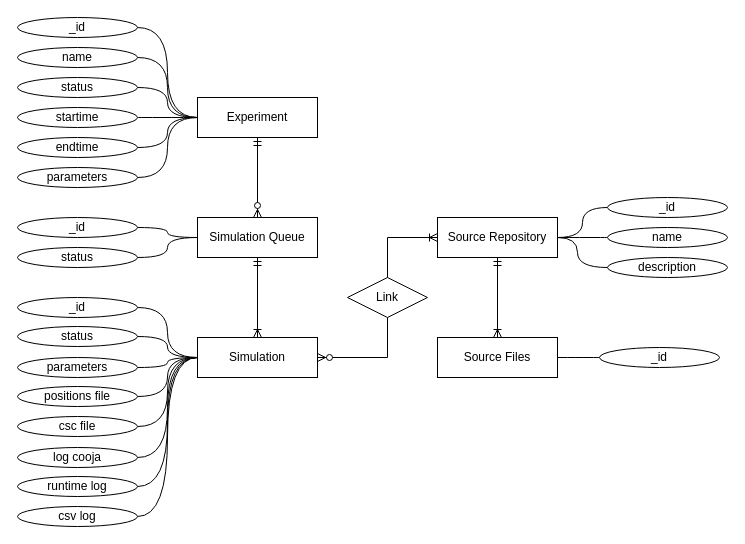
Above: page "ER" (4 of 6) of docs/diagrams.drawio in JunioCesarFerreira/Cooja-MO-SimLab (draw.io), before the change. Source tidied: cells renumbered, new cells numbered last; positions are measured from the earlier drawing's top-left corner, leaving out a move shared by most shapes. Both pictures are drawn from the tidied source at 100%, with x=0, y=0 at pixel (17, 17).
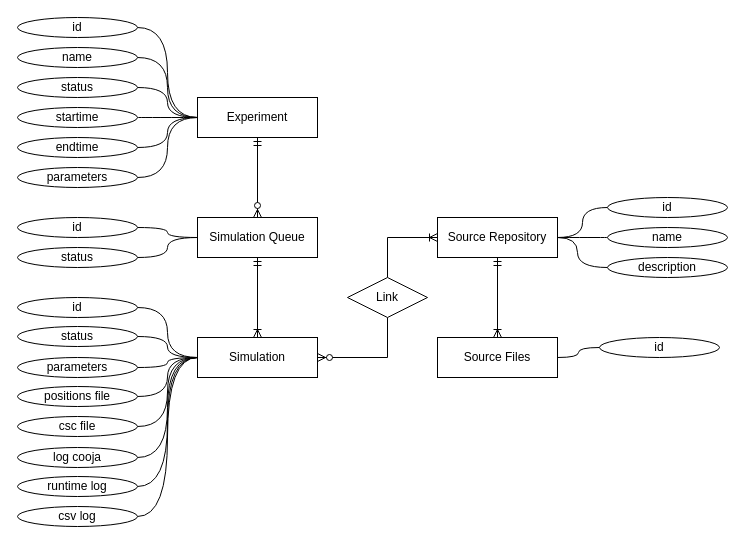
The same diagram, later.

Commit message (it also covers changes not shown here):
review: Adjust arg number of containers in master-node

The change refers to these unchanged cells:
```xml
<mxCell id="41" value="Source Files" style="rounded=0;whiteSpace=wrap;html=1;" parent="1" vertex="1">
  <mxGeometry x="420" y="320" width="120" height="40" as="geometry" />
</mxCell>
```

Change to the diagram source:
```diff
@@
-    <mxCell id="6" value="_id" style="ellipse;whiteSpace=wrap;html=1;" parent="1" vertex="1">
+    <mxCell id="6" value="id" style="ellipse;whiteSpace=wrap;html=1;" parent="1" vertex="1">
       <mxGeometry width="120" height="20" as="geometry" />
     </mxCell>
@@
-    <mxCell id="24" value="_id" style="ellipse;whiteSpace=wrap;html=1;" parent="1" vertex="1">
+    <mxCell id="24" value="id" style="ellipse;whiteSpace=wrap;html=1;" parent="1" vertex="1">
       <mxGeometry y="280" width="120" height="20" as="geometry" />
     </mxCell>
@@
-    <mxCell id="34" value="_id" style="ellipse;whiteSpace=wrap;html=1;" parent="1" vertex="1">
+    <mxCell id="34" value="id" style="ellipse;whiteSpace=wrap;html=1;" parent="1" vertex="1">
       <mxGeometry y="200" width="120" height="20" as="geometry" />
     </mxCell>
@@
-    <mxCell id="39" value="_id" style="ellipse;whiteSpace=wrap;html=1;" parent="1" vertex="1">
+    <mxCell id="39" value="id" style="ellipse;whiteSpace=wrap;html=1;" parent="1" vertex="1">
       <mxGeometry x="590" y="180" width="120" height="20" as="geometry" />
     </mxCell>
@@
-    <mxCell id="51" style="edgeStyle=orthogonalEdgeStyle;rounded=0;jettySize=auto;html=1;exitX=0;exitY=0.5;exitDx=0;exitDy=0;entryX=1;entryY=0.5;entryDx=0;entryDy=0;endArrow=none;endFill=0;curved=1;" parent="1" edge="1" source="52" target="41">
-      <mxGeometry relative="1" as="geometry" />
-    </mxCell>
-    <mxCell id="52" value="_id" style="ellipse;whiteSpace=wrap;html=1;" parent="1" vertex="1">
-      <mxGeometry x="582" y="330" width="120" height="20" as="geometry" />
-    </mxCell>
+    <mxCell id="53" style="edgeStyle=orthogonalEdgeStyle;curved=1;rounded=0;jettySize=auto;html=1;exitX=0;exitY=0.5;exitDx=0;exitDy=0;endArrow=none;endFill=0;entryX=1;entryY=0.5;entryDx=0;entryDy=0;" parent="1" edge="1" source="54" target="41">
+      <mxGeometry relative="1" as="geometry" />
+    </mxCell>
+    <mxCell id="54" value="id" style="ellipse;whiteSpace=wrap;html=1;" parent="1" vertex="1">
+      <mxGeometry x="582" y="320" width="120" height="20" as="geometry" />
+    </mxCell>
```
